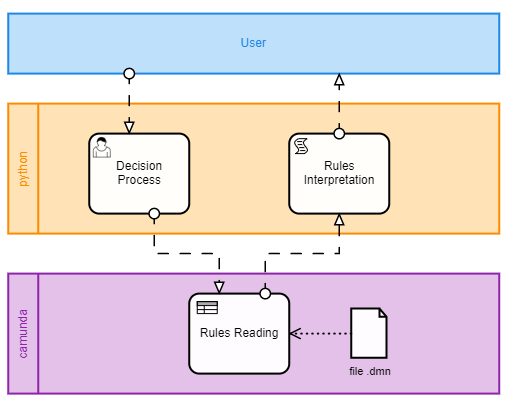
Earlier version of the BPMN export process.PNG (GiovaniPM/DMNTests). Its source is kept beside it as process.bpmn. Ids are renumbered. The source it was exported from:
```xml
<bpmn:definitions xmlns:bpmn="http://www.omg.org/spec/BPMN/20100524/MODEL" xmlns:bpmndi="http://www.omg.org/spec/BPMN/20100524/DI" xmlns:dc="http://www.omg.org/spec/DD/20100524/DC" xmlns:bioc="http://bpmn.io/schema/bpmn/biocolor/1.0" xmlns:di="http://www.omg.org/spec/DD/20100524/DI" id="Definitions_n1" targetNamespace="http://bpmn.io/schema/bpmn" exporter="Camunda Modeler" exporterVersion="3.7.3">
  <bpmn:collaboration id="Collaboration_n2">
    <bpmn:participant id="Participant_n3" name="python" processRef="Process_n4" />
    <bpmn:participant id="Participant_n5" name="User" />
    <bpmn:participant id="Participant_n6" name="camunda" processRef="Process_n7" />
    <bpmn:messageFlow id="Flow_n8" sourceRef="Participant_n5" targetRef="Activity_n9" />
    <bpmn:messageFlow id="Flow_n10" sourceRef="Activity_n9" targetRef="Activity_n11" />
    <bpmn:messageFlow id="Flow_n12" sourceRef="Activity_n11" targetRef="Activity_n13" />
    <bpmn:messageFlow id="Flow_n14" sourceRef="Activity_n13" targetRef="Participant_n5" />
  </bpmn:collaboration>
  <bpmn:process id="Process_n4" isExecutable="true">
    <bpmn:scriptTask id="Activity_n13" name="Rules Interpretation" />
    <bpmn:userTask id="Activity_n9" name="Decision Process" />
  </bpmn:process>
  <bpmn:process id="Process_n7" isExecutable="false">
    <bpmn:businessRuleTask id="Activity_n11" name="Rules Reading">
      <bpmn:property id="Property_n15" name="__targetRef_placeholder" />
      <bpmn:dataInputAssociation id="DataInputAssociation_n16">
        <bpmn:sourceRef>DataObjectReference_n17</bpmn:sourceRef>
        <bpmn:targetRef>Property_n15</bpmn:targetRef>
      </bpmn:dataInputAssociation>
    </bpmn:businessRuleTask>
    <bpmn:dataObjectReference id="DataObjectReference_n17" name="file .dmn" dataObjectRef="DataObject_n18" />
    <bpmn:dataObject id="DataObject_n18" />
  </bpmn:process>
  <bpmndi:BPMNDiagram id="BPMNDiagram_1">
    <bpmndi:BPMNPlane id="BPMNPlane_1" bpmnElement="Collaboration_n2">
      <bpmndi:BPMNShape id="Participant_01dvwfa_di" bpmnElement="Participant_n5" isHorizontal="true" bioc:stroke="rgb(30, 136, 229)" bioc:fill="rgb(187, 222, 251)">
        <dc:Bounds x="129" y="80" width="491" height="60" />
      </bpmndi:BPMNShape>
      <bpmndi:BPMNShape id="Participant_n3_di" bpmnElement="Participant_n3" isHorizontal="true" bioc:stroke="rgb(251, 140, 0)" bioc:fill="rgb(255, 224, 178)">
        <dc:Bounds x="129" y="170" width="491" height="130" />
      </bpmndi:BPMNShape>
      <bpmndi:BPMNShape id="Activity_0eeanee_di" bpmnElement="Activity_n13">
        <dc:Bounds x="410" y="200" width="100" height="80" />
      </bpmndi:BPMNShape>
      <bpmndi:BPMNShape id="Activity_0i2wk5i_di" bpmnElement="Activity_n9" bioc:stroke="black" bioc:fill="white">
        <dc:Bounds x="210" y="200" width="100" height="80" />
      </bpmndi:BPMNShape>
      <bpmndi:BPMNShape id="Participant_n6_di" bpmnElement="Participant_n6" isHorizontal="true" bioc:stroke="rgb(142, 36, 170)" bioc:fill="rgb(225, 190, 231)">
        <dc:Bounds x="129" y="340" width="491" height="120" />
      </bpmndi:BPMNShape>
      <bpmndi:BPMNShape id="Activity_1vzoebg_di" bpmnElement="Activity_n11">
        <dc:Bounds x="310" y="360" width="100" height="80" />
      </bpmndi:BPMNShape>
      <bpmndi:BPMNShape id="DataObjectReference_n17_di" bpmnElement="DataObjectReference_n17">
        <dc:Bounds x="472" y="375" width="36" height="50" />
        <bpmndi:BPMNLabel>
          <dc:Bounds x="470" y="432" width="41" height="14" />
        </bpmndi:BPMNLabel>
      </bpmndi:BPMNShape>
      <bpmndi:BPMNEdge id="Flow_n8_di" bpmnElement="Flow_n8">
        <di:waypoint x="250" y="140" />
        <di:waypoint x="250" y="200" />
      </bpmndi:BPMNEdge>
      <bpmndi:BPMNEdge id="Flow_n10_di" bpmnElement="Flow_n10">
        <di:waypoint x="275" y="280" />
        <di:waypoint x="275" y="320" />
        <di:waypoint x="340" y="320" />
        <di:waypoint x="340" y="360" />
      </bpmndi:BPMNEdge>
      <bpmndi:BPMNEdge id="Flow_n12_di" bpmnElement="Flow_n12">
        <di:waypoint x="386" y="360" />
        <di:waypoint x="386" y="320" />
        <di:waypoint x="460" y="320" />
        <di:waypoint x="460" y="280" />
      </bpmndi:BPMNEdge>
      <bpmndi:BPMNEdge id="Flow_n14_di" bpmnElement="Flow_n14">
        <di:waypoint x="460" y="200" />
        <di:waypoint x="460" y="140" />
      </bpmndi:BPMNEdge>
      <bpmndi:BPMNEdge id="DataInputAssociation_n16_di" bpmnElement="DataInputAssociation_n16">
        <di:waypoint x="472" y="400" />
        <di:waypoint x="410" y="400" />
      </bpmndi:BPMNEdge>
    </bpmndi:BPMNPlane>
  </bpmndi:BPMNDiagram>
</bpmn:definitions>
```
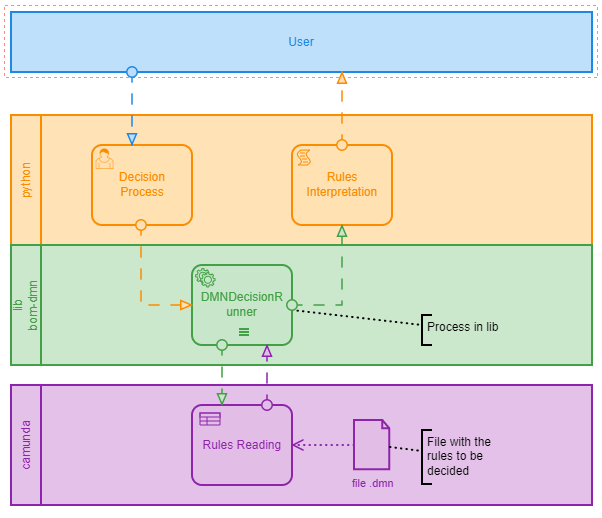
Later version of the same file.

Commit message:
giova(DESKTOP-PG18CKU) 210109215337

Diff of the diagram source:
```diff
@@ -1,77 +1,119 @@
-<bpmn:definitions xmlns:bpmn="http://www.omg.org/spec/BPMN/20100524/MODEL" xmlns:bpmndi="http://www.omg.org/spec/BPMN/20100524/DI" xmlns:dc="http://www.omg.org/spec/DD/20100524/DC" xmlns:bioc="http://bpmn.io/schema/bpmn/biocolor/1.0" xmlns:di="http://www.omg.org/spec/DD/20100524/DI" id="Definitions_n1" targetNamespace="http://bpmn.io/schema/bpmn" exporter="Camunda Modeler" exporterVersion="3.7.3">
+<bpmn:definitions xmlns:bpmn="http://www.omg.org/spec/BPMN/20100524/MODEL" xmlns:bpmndi="http://www.omg.org/spec/BPMN/20100524/DI" xmlns:dc="http://www.omg.org/spec/DD/20100524/DC" xmlns:bioc="http://bpmn.io/schema/bpmn/biocolor/1.0" xmlns:di="http://www.omg.org/spec/DD/20100524/DI" xmlns:camunda="http://camunda.org/schema/1.0/bpmn" id="Definitions_n1" targetNamespace="http://bpmn.io/schema/bpmn" exporter="Camunda Modeler" exporterVersion="3.7.3">
   <bpmn:collaboration id="Collaboration_n2">
     <bpmn:participant id="Participant_n3" name="python" processRef="Process_n4" />
+    <bpmn:participant id="Participant_n6" name="camunda" processRef="Process_n7" />
+    <bpmn:participant id="Participant_n19" name="lib&#10;bom-dmn" processRef="Process_n20" />
     <bpmn:participant id="Participant_n5" name="User" />
-    <bpmn:participant id="Participant_n6" name="camunda" processRef="Process_n7" />
     <bpmn:messageFlow id="Flow_n8" sourceRef="Participant_n5" targetRef="Activity_n9" />
-    <bpmn:messageFlow id="Flow_n10" sourceRef="Activity_n9" targetRef="Activity_n11" />
-    <bpmn:messageFlow id="Flow_n12" sourceRef="Activity_n11" targetRef="Activity_n13" />
     <bpmn:messageFlow id="Flow_n14" sourceRef="Activity_n13" targetRef="Participant_n5" />
+    <bpmn:messageFlow id="Flow_n21" sourceRef="Activity_n9" targetRef="Activity_n22" />
+    <bpmn:messageFlow id="Flow_n23" sourceRef="Activity_n22" targetRef="Activity_n13" />
+    <bpmn:messageFlow id="Flow_n24" sourceRef="Activity_n22" targetRef="Activity_n11" />
+    <bpmn:messageFlow id="Flow_n25" sourceRef="Activity_n11" targetRef="Activity_n22" />
   </bpmn:collaboration>
   <bpmn:process id="Process_n4" isExecutable="true">
     <bpmn:scriptTask id="Activity_n13" name="Rules Interpretation" />
     <bpmn:userTask id="Activity_n9" name="Decision Process" />
   </bpmn:process>
   <bpmn:process id="Process_n7" isExecutable="false">
-    <bpmn:businessRuleTask id="Activity_n11" name="Rules Reading">
-      <bpmn:property id="Property_n15" name="__targetRef_placeholder" />
+    <bpmn:businessRuleTask id="Activity_n11" name="Rules Reading" camunda:decisionRef="">
+      <bpmn:property id="Property_n26" name="__targetRef_placeholder" />
       <bpmn:dataInputAssociation id="DataInputAssociation_n16">
         <bpmn:sourceRef>DataObjectReference_n17</bpmn:sourceRef>
-        <bpmn:targetRef>Property_n15</bpmn:targetRef>
+        <bpmn:targetRef>Property_n26</bpmn:targetRef>
       </bpmn:dataInputAssociation>
     </bpmn:businessRuleTask>
     <bpmn:dataObjectReference id="DataObjectReference_n17" name="file .dmn" dataObjectRef="DataObject_n18" />
     <bpmn:dataObject id="DataObject_n18" />
+    <bpmn:textAnnotation id="TextAnnotation_n27">
+      <bpmn:text>File with the rules to be decided</bpmn:text>
+    </bpmn:textAnnotation>
+    <bpmn:association id="Association_n28" sourceRef="DataObjectReference_n17" targetRef="TextAnnotation_n27" />
+  </bpmn:process>
+  <bpmn:process id="Process_n20" isExecutable="false">
+    <bpmn:serviceTask id="Activity_n22" name="DMNDecisionRunner">
+      <bpmn:multiInstanceLoopCharacteristics isSequential="true" />
+    </bpmn:serviceTask>
+    <bpmn:textAnnotation id="TextAnnotation_n29">
+      <bpmn:text>Process in lib</bpmn:text>
+    </bpmn:textAnnotation>
+    <bpmn:association id="Association_n30" sourceRef="Activity_n22" targetRef="TextAnnotation_n29" />
   </bpmn:process>
   <bpmndi:BPMNDiagram id="BPMNDiagram_1">
     <bpmndi:BPMNPlane id="BPMNPlane_1" bpmnElement="Collaboration_n2">
-      <bpmndi:BPMNShape id="Participant_01dvwfa_di" bpmnElement="Participant_n5" isHorizontal="true" bioc:stroke="rgb(30, 136, 229)" bioc:fill="rgb(187, 222, 251)">
-        <dc:Bounds x="129" y="80" width="491" height="60" />
+      <bpmndi:BPMNShape id="Participant_n3_di" bpmnElement="Participant_n3" isHorizontal="true" bioc:stroke="rgb(251, 140, 0)" bioc:fill="rgb(255, 224, 178)">
+        <dc:Bounds x="129" y="170" width="581" height="130" />
       </bpmndi:BPMNShape>
-      <bpmndi:BPMNShape id="Participant_n3_di" bpmnElement="Participant_n3" isHorizontal="true" bioc:stroke="rgb(251, 140, 0)" bioc:fill="rgb(255, 224, 178)">
-        <dc:Bounds x="129" y="170" width="491" height="130" />
-      </bpmndi:BPMNShape>
-      <bpmndi:BPMNShape id="Activity_0eeanee_di" bpmnElement="Activity_n13">
+      <bpmndi:BPMNShape id="Activity_0eeanee_di" bpmnElement="Activity_n13" bioc:stroke="rgb(251, 140, 0)" bioc:fill="rgb(255, 224, 178)">
         <dc:Bounds x="410" y="200" width="100" height="80" />
       </bpmndi:BPMNShape>
-      <bpmndi:BPMNShape id="Activity_0i2wk5i_di" bpmnElement="Activity_n9" bioc:stroke="black" bioc:fill="white">
+      <bpmndi:BPMNShape id="Activity_0i2wk5i_di" bpmnElement="Activity_n9" bioc:stroke="rgb(251, 140, 0)" bioc:fill="rgb(255, 224, 178)">
         <dc:Bounds x="210" y="200" width="100" height="80" />
       </bpmndi:BPMNShape>
+      <bpmndi:BPMNShape id="Participant_n19_di" bpmnElement="Participant_n19" isHorizontal="true" bioc:stroke="rgb(67, 160, 71)" bioc:fill="rgb(200, 230, 201)">
+        <dc:Bounds x="129" y="300" width="581" height="120" />
+      </bpmndi:BPMNShape>
+      <bpmndi:BPMNShape id="TextAnnotation_n29_di" bpmnElement="TextAnnotation_n29">
+        <dc:Bounds x="540" y="370" width="100" height="30" />
+      </bpmndi:BPMNShape>
+      <bpmndi:BPMNShape id="Activity_1cxzxe9_di" bpmnElement="Activity_n22" bioc:stroke="rgb(67, 160, 71)" bioc:fill="rgb(200, 230, 201)">
+        <dc:Bounds x="310" y="320" width="100" height="80" />
+      </bpmndi:BPMNShape>
+      <bpmndi:BPMNEdge id="Association_n30_di" bpmnElement="Association_n30">
+        <di:waypoint x="410" y="365" />
+        <di:waypoint x="540" y="380" />
+      </bpmndi:BPMNEdge>
       <bpmndi:BPMNShape id="Participant_n6_di" bpmnElement="Participant_n6" isHorizontal="true" bioc:stroke="rgb(142, 36, 170)" bioc:fill="rgb(225, 190, 231)">
-        <dc:Bounds x="129" y="340" width="491" height="120" />
+        <dc:Bounds x="129" y="440" width="581" height="120" />
       </bpmndi:BPMNShape>
-      <bpmndi:BPMNShape id="Activity_1vzoebg_di" bpmnElement="Activity_n11">
-        <dc:Bounds x="310" y="360" width="100" height="80" />
+      <bpmndi:BPMNShape id="TextAnnotation_n27_di" bpmnElement="TextAnnotation_n27">
+        <dc:Bounds x="540" y="485" width="100" height="54" />
       </bpmndi:BPMNShape>
-      <bpmndi:BPMNShape id="DataObjectReference_n17_di" bpmnElement="DataObjectReference_n17">
-        <dc:Bounds x="472" y="375" width="36" height="50" />
+      <bpmndi:BPMNShape id="Activity_1vzoebg_di" bpmnElement="Activity_n11" bioc:stroke="rgb(142, 36, 170)" bioc:fill="rgb(225, 190, 231)">
+        <dc:Bounds x="310" y="460" width="100" height="80" />
+      </bpmndi:BPMNShape>
+      <bpmndi:BPMNShape id="DataObjectReference_n17_di" bpmnElement="DataObjectReference_n17" bioc:stroke="rgb(142, 36, 170)" bioc:fill="rgb(225, 190, 231)">
+        <dc:Bounds x="472" y="475" width="36" height="50" />
         <bpmndi:BPMNLabel>
-          <dc:Bounds x="470" y="432" width="41" height="14" />
+          <dc:Bounds x="470" y="532" width="41" height="14" />
         </bpmndi:BPMNLabel>
       </bpmndi:BPMNShape>
-      <bpmndi:BPMNEdge id="Flow_n8_di" bpmnElement="Flow_n8">
-        <di:waypoint x="250" y="140" />
+      <bpmndi:BPMNEdge id="Association_n28_di" bpmnElement="Association_n28">
+        <di:waypoint x="508" y="502" />
+        <di:waypoint x="540" y="506" />
+      </bpmndi:BPMNEdge>
+      <bpmndi:BPMNShape id="Participant_01dvwfa_di" bpmnElement="Participant_n5" isHorizontal="true" bioc:stroke="rgb(30, 136, 229)" bioc:fill="rgb(187, 222, 251)">
+        <dc:Bounds x="129" y="67" width="581" height="60" />
+      </bpmndi:BPMNShape>
+      <bpmndi:BPMNEdge id="Flow_n8_di" bpmnElement="Flow_n8" bioc:stroke="rgb(30, 136, 229)" bioc:fill="rgb(187, 222, 251)">
+        <di:waypoint x="250" y="127" />
         <di:waypoint x="250" y="200" />
       </bpmndi:BPMNEdge>
-      <bpmndi:BPMNEdge id="Flow_n10_di" bpmnElement="Flow_n10">
-        <di:waypoint x="275" y="280" />
-        <di:waypoint x="275" y="320" />
-        <di:waypoint x="340" y="320" />
-        <di:waypoint x="340" y="360" />
+      <bpmndi:BPMNEdge id="Flow_n14_di" bpmnElement="Flow_n14" bioc:stroke="rgb(251, 140, 0)" bioc:fill="rgb(255, 224, 178)">
+        <di:waypoint x="460" y="200" />
+        <di:waypoint x="460" y="127" />
       </bpmndi:BPMNEdge>
-      <bpmndi:BPMNEdge id="Flow_n12_di" bpmnElement="Flow_n12">
-        <di:waypoint x="386" y="360" />
-        <di:waypoint x="386" y="320" />
-        <di:waypoint x="460" y="320" />
+      <bpmndi:BPMNEdge id="Flow_n21_di" bpmnElement="Flow_n21" bioc:stroke="rgb(251, 140, 0)" bioc:fill="rgb(255, 224, 178)">
+        <di:waypoint x="259" y="280" />
+        <di:waypoint x="259" y="360" />
+        <di:waypoint x="310" y="360" />
+      </bpmndi:BPMNEdge>
+      <bpmndi:BPMNEdge id="Flow_n23_di" bpmnElement="Flow_n23" bioc:stroke="rgb(67, 160, 71)" bioc:fill="rgb(200, 230, 201)">
+        <di:waypoint x="410" y="360" />
+        <di:waypoint x="460" y="360" />
         <di:waypoint x="460" y="280" />
       </bpmndi:BPMNEdge>
-      <bpmndi:BPMNEdge id="Flow_n14_di" bpmnElement="Flow_n14">
-        <di:waypoint x="460" y="200" />
-        <di:waypoint x="460" y="140" />
+      <bpmndi:BPMNEdge id="Flow_n24_di" bpmnElement="Flow_n24" bioc:stroke="rgb(67, 160, 71)" bioc:fill="rgb(200, 230, 201)">
+        <di:waypoint x="340" y="400" />
+        <di:waypoint x="340" y="460" />
       </bpmndi:BPMNEdge>
-      <bpmndi:BPMNEdge id="DataInputAssociation_n16_di" bpmnElement="DataInputAssociation_n16">
-        <di:waypoint x="472" y="400" />
-        <di:waypoint x="410" y="400" />
+      <bpmndi:BPMNEdge id="Flow_n25_di" bpmnElement="Flow_n25" bioc:stroke="rgb(142, 36, 170)" bioc:fill="rgb(225, 190, 231)">
+        <di:waypoint x="385" y="460" />
+        <di:waypoint x="385" y="400" />
+      </bpmndi:BPMNEdge>
+      <bpmndi:BPMNEdge id="DataInputAssociation_n16_di" bpmnElement="DataInputAssociation_n16" bioc:stroke="rgb(142, 36, 170)" bioc:fill="rgb(225, 190, 231)">
+        <di:waypoint x="472" y="500" />
+        <di:waypoint x="410" y="500" />
       </bpmndi:BPMNEdge>
     </bpmndi:BPMNPlane>
   </bpmndi:BPMNDiagram>
```
